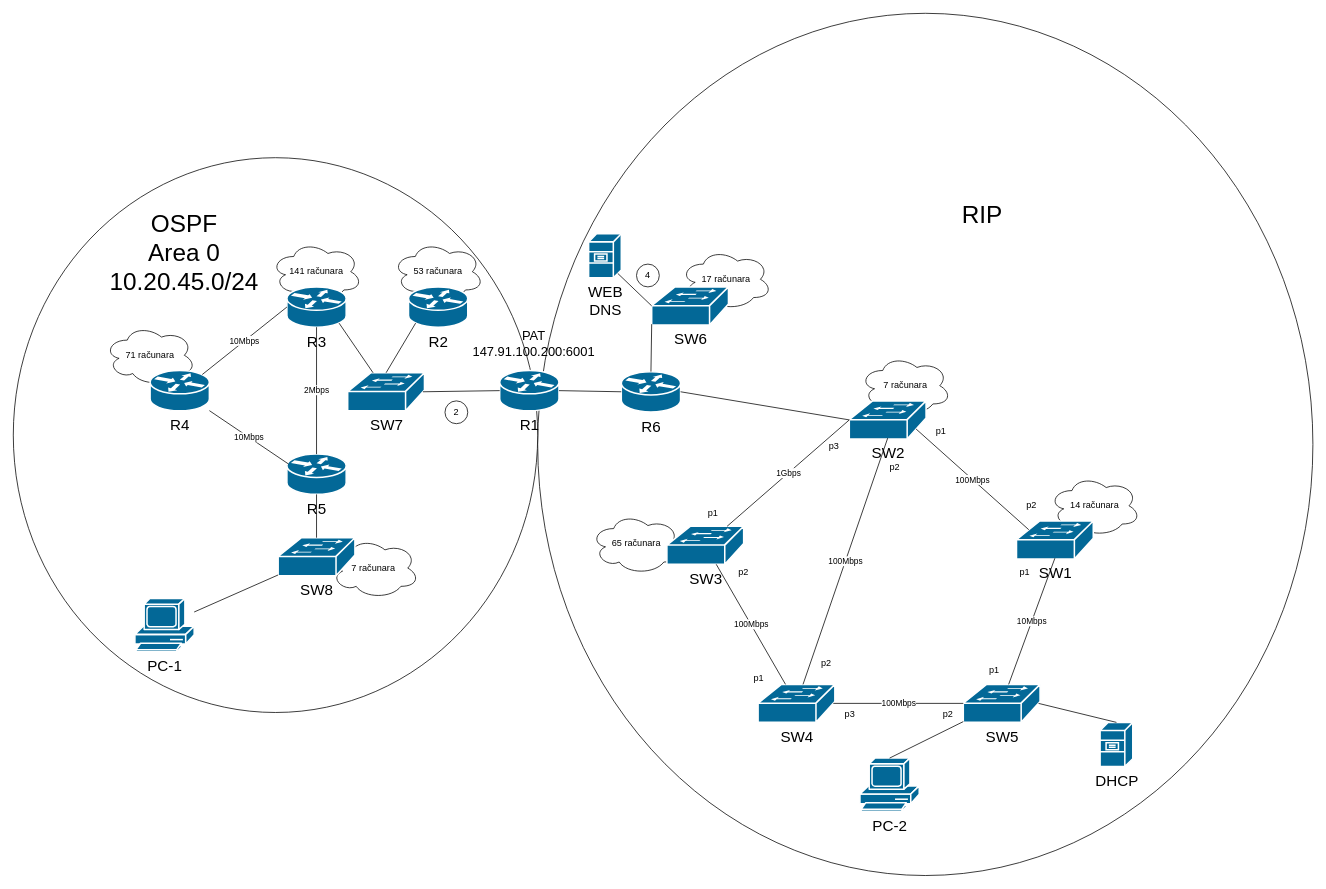
This is RM1/RM1 jun 2021 zadatak 4A.drawio from KockaAdmiralac/ETF, a draw.io file, before an edit. Source tidied: cells renumbered, new cells numbered last; positions are measured from the earlier drawing's top-left corner, leaving out a move shared by most shapes. Both pictures are drawn from the tidied source at 76%, with x=0, y=0 at pixel (13, 13).
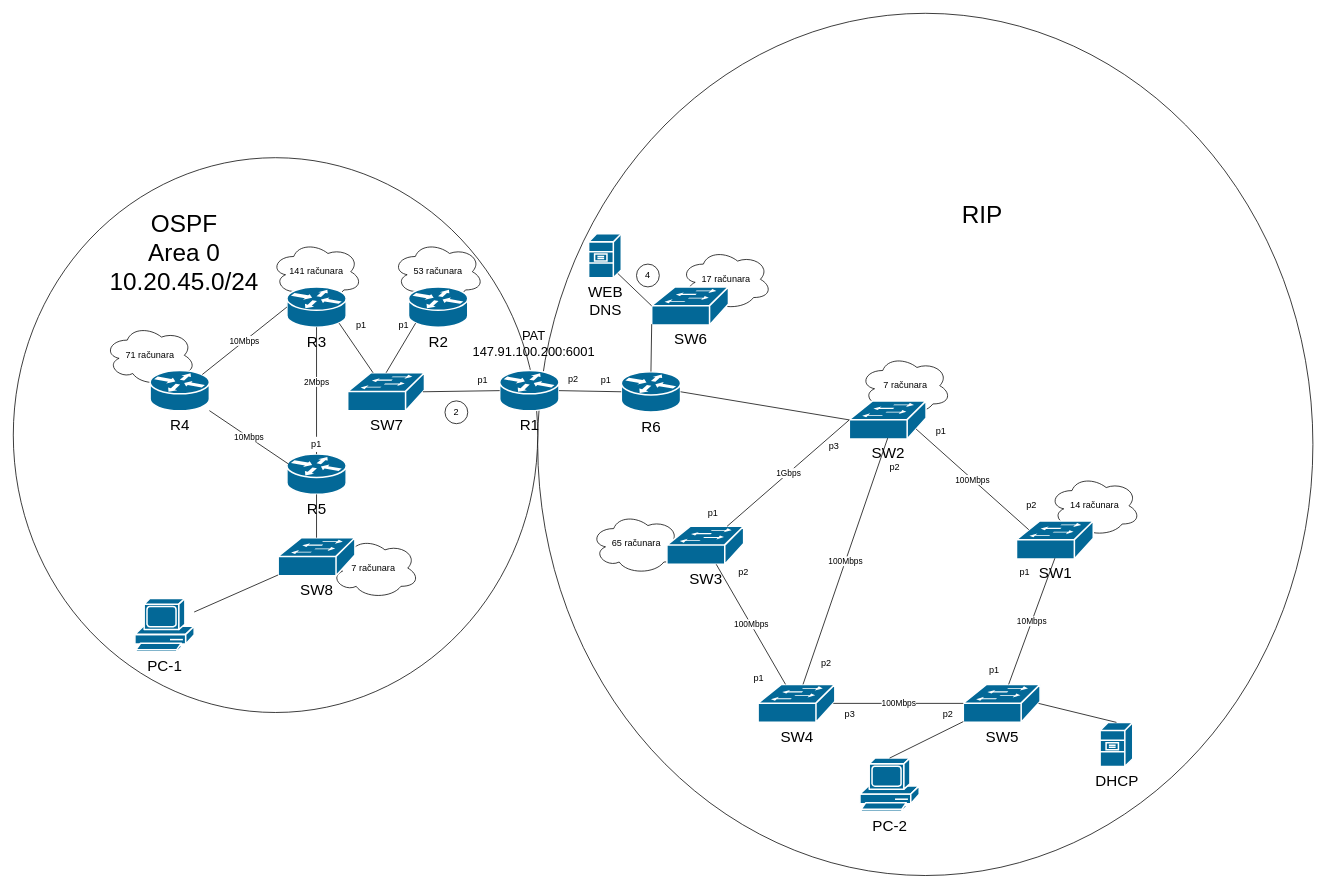
The same page after the edit.

The change refers to these unchanged cells:
```xml
<mxCell id="12" value="&lt;font style=&quot;font-size: 20px&quot;&gt;R5&lt;/font&gt;" style="shape=mxgraph.cisco.routers.router;html=1;dashed=0;fillColor=#036897;strokeColor=#ffffff;strokeWidth=2;verticalLabelPosition=bottom;verticalAlign=top;align=center;outlineConnect=0;" parent="1" vertex="1">
  <mxGeometry x="360" y="580" width="78" height="53" as="geometry" />
</mxCell>
<mxCell id="14" value="&lt;font style=&quot;font-size: 20px&quot;&gt;R3&lt;/font&gt;" style="shape=mxgraph.cisco.routers.router;html=1;dashed=0;fillColor=#036897;strokeColor=#ffffff;strokeWidth=2;verticalLabelPosition=bottom;verticalAlign=top;align=center;outlineConnect=0;" parent="1" vertex="1">
  <mxGeometry x="360" y="360" width="78" height="53" as="geometry" />
</mxCell>
```

Change to the diagram source:
```diff
@@
-    <mxCell id="22" value="2Mbps" style="endArrow=none;html=1;entryX=0.5;entryY=1;entryDx=0;entryDy=0;entryPerimeter=0;exitX=0.5;exitY=0;exitDx=0;exitDy=0;exitPerimeter=0;" parent="1" edge="1" source="12" target="14">
+    <mxCell id="22" value="2Mbps" style="endArrow=none;html=1;entryX=0.5;entryY=1;entryDx=0;entryDy=0;entryPerimeter=0;exitX=0.5;exitY=0;exitDx=0;exitDy=0;exitPerimeter=0;startArrow=none;" parent="1" edge="1" source="69" target="14">
       <mxGeometry relative="1" as="geometry" />
     </mxCell>
@@
+    <mxCell id="67" value="p1" style="text;html=1;strokeColor=none;fillColor=none;align=center;verticalAlign=middle;whiteSpace=wrap;rounded=0;" parent="1" vertex="1">
+      <mxGeometry x="760" y="473" width="40" height="20" as="geometry" />
+    </mxCell>
+    <mxCell id="68" value="p2" style="text;html=1;strokeColor=none;fillColor=none;align=center;verticalAlign=middle;whiteSpace=wrap;rounded=0;" parent="1" vertex="1">
+      <mxGeometry x="717" y="471.5" width="40" height="20" as="geometry" />
+    </mxCell>
+    <mxCell id="69" value="p1" style="text;html=1;strokeColor=none;fillColor=none;align=center;verticalAlign=middle;whiteSpace=wrap;rounded=0;" parent="1" vertex="1">
+      <mxGeometry x="379" y="557.2" width="40" height="20" as="geometry" />
+    </mxCell>
+    <mxCell id="70" style="endArrow=none;html=1;entryX=0.5;entryY=1;entryDx=0;entryDy=0;entryPerimeter=0;exitX=0.5;exitY=0;exitDx=0;exitDy=0;exitPerimeter=0;" parent="1" edge="1" source="12" target="69">
+      <mxGeometry relative="1" as="geometry" />
+    </mxCell>
+    <mxCell id="71" value="p1" style="text;html=1;strokeColor=none;fillColor=none;align=center;verticalAlign=middle;whiteSpace=wrap;rounded=0;" parent="1" vertex="1">
+      <mxGeometry x="598" y="473" width="40" height="20" as="geometry" />
+    </mxCell>
+    <mxCell id="72" value="p1" style="text;html=1;strokeColor=none;fillColor=none;align=center;verticalAlign=middle;whiteSpace=wrap;rounded=0;" parent="1" vertex="1">
+      <mxGeometry x="438" y="400" width="40" height="20" as="geometry" />
+    </mxCell>
+    <mxCell id="73" value="p1" style="text;html=1;strokeColor=none;fillColor=none;align=center;verticalAlign=middle;whiteSpace=wrap;rounded=0;" parent="1" vertex="1">
+      <mxGeometry x="494" y="400" width="40" height="20" as="geometry" />
+    </mxCell>
```
